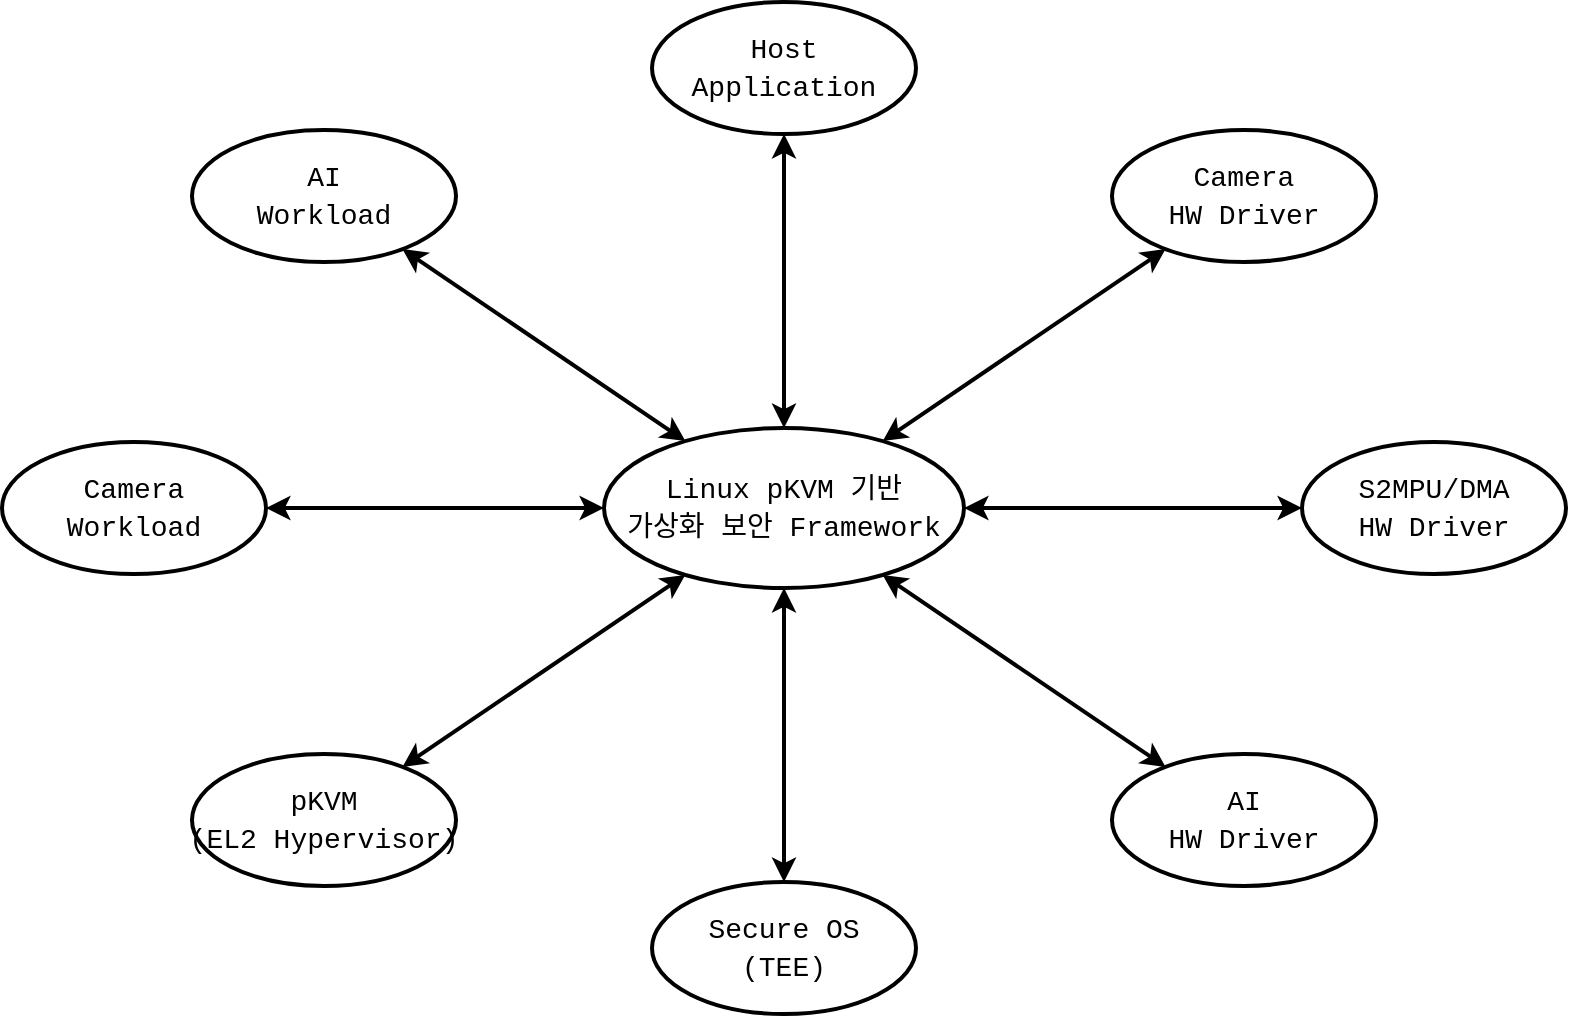
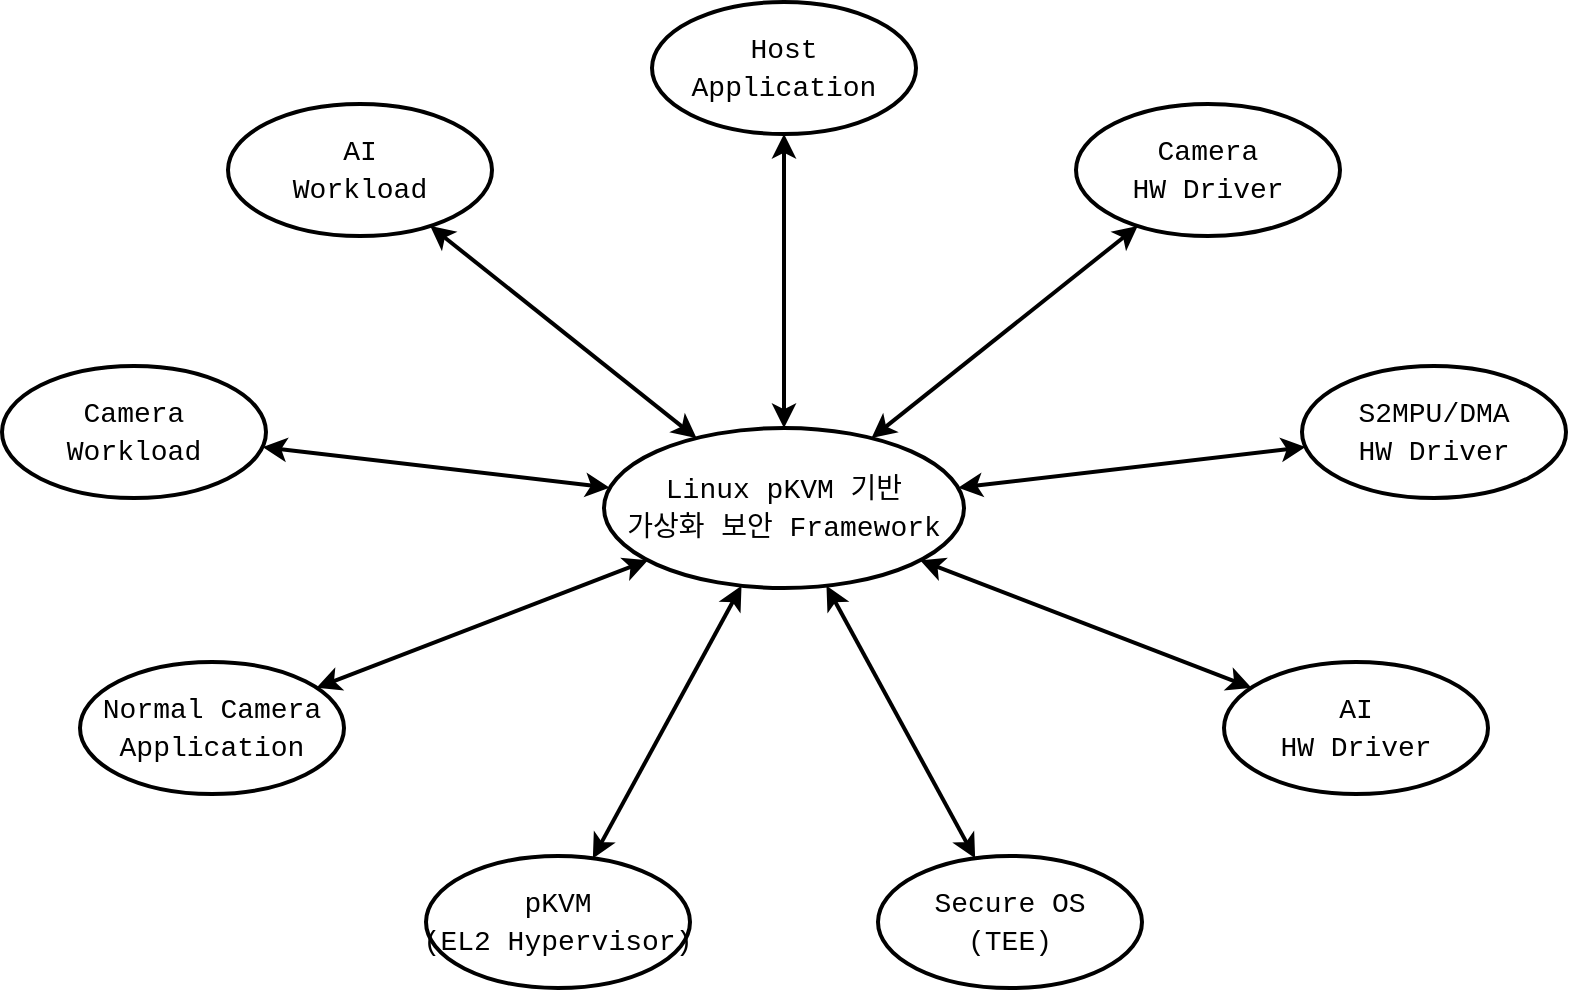
<mxfile host="Electron">
  <diagram name="페이지-1" id="O1gHUZku-QY6lvIbZebq">
    <mxGraphModel dx="1030" dy="626" grid="1" gridSize="10" guides="1" tooltips="1" connect="1" arrows="1" fold="1" page="1" pageScale="1" pageWidth="827" pageHeight="1169" math="0" shadow="0">
      <root>
        <mxCell id="0" />
        <mxCell id="1" parent="0" />
        <mxCell id="b8AGkRVXFjh6VU3dhigz-20" parent="1" style="ellipse;whiteSpace=wrap;html=1;fontColor=#000000;labelBackgroundColor=none;strokeWidth=2;" value="&lt;div style=&quot;font-family: Consolas, &amp;quot;Courier New&amp;quot;, monospace; font-size: 14px; line-height: 19px; white-space: pre;&quot;&gt;&lt;span style=&quot;&quot;&gt;Linux pKVM 기반&lt;/span&gt;&lt;/div&gt;&lt;div style=&quot;font-family: Consolas, &amp;quot;Courier New&amp;quot;, monospace; font-size: 14px; line-height: 19px; white-space: pre;&quot;&gt;&lt;span style=&quot;&quot;&gt;가상화 보안 Framework&lt;/span&gt;&lt;/div&gt; " vertex="1">
          <mxGeometry height="80" width="180" x="543" y="271" as="geometry" />
        </mxCell>
        <mxCell id="b8AGkRVXFjh6VU3dhigz-21" edge="1" parent="1" source="b8AGkRVXFjh6VU3dhigz-22" style="rounded=0;jettySize=auto;html=1;endArrow=classic;endFill=1;strokeWidth=2;startArrow=classic;startFill=1;entryX=0.500;entryY=0.000;entryDx=0;entryDy=0;entryPerimeter=0;exitX=0.500;exitY=1.000;exitDx=0;exitDy=0;exitPerimeter=0;" target="b8AGkRVXFjh6VU3dhigz-20">
          <mxGeometry relative="1" as="geometry" />
        </mxCell>
        <mxCell id="b8AGkRVXFjh6VU3dhigz-22" parent="1" style="ellipse;whiteSpace=wrap;html=1;fontColor=#000000;labelBackgroundColor=none;strokeWidth=2;" value="&lt;div style=&quot;font-family: Consolas, &amp;quot;Courier New&amp;quot;, monospace; font-size: 14px; line-height: 19px; white-space: pre;&quot;&gt;&lt;div style=&quot;line-height: 19px;&quot;&gt;&lt;span style=&quot;&quot;&gt;Host&lt;/span&gt;&lt;/div&gt;&lt;div style=&quot;line-height: 19px;&quot;&gt;&lt;span style=&quot;&quot;&gt;Application&lt;/span&gt;&lt;/div&gt;&lt;/div&gt; " vertex="1">
          <mxGeometry height="66" width="132" x="567" y="58" as="geometry" />
        </mxCell>
-         <mxCell id="b8AGkRVXFjh6VU3dhigz-23" edge="1" parent="1" source="b8AGkRVXFjh6VU3dhigz-24" style="rounded=0;jettySize=auto;html=1;endArrow=classic;endFill=1;strokeWidth=2;startArrow=classic;startFill=1;entryX=0.226;entryY=0.082;entryDx=0;entryDy=0;entryPerimeter=0;exitX=0.797;exitY=0.902;exitDx=0;exitDy=0;exitPerimeter=0;" target="b8AGkRVXFjh6VU3dhigz-20">
+         <mxCell id="b8AGkRVXFjh6VU3dhigz-23" edge="1" parent="1" source="b8AGkRVXFjh6VU3dhigz-24" style="rounded=0;jettySize=auto;html=1;endArrow=classic;endFill=1;strokeWidth=2;startArrow=classic;startFill=1;entryX=0.257;entryY=0.063;entryDx=0;entryDy=0;entryPerimeter=0;exitX=0.766;exitY=0.924;exitDx=0;exitDy=0;exitPerimeter=0;" target="b8AGkRVXFjh6VU3dhigz-20">
          <mxGeometry relative="1" as="geometry" />
        </mxCell>
        <mxCell id="b8AGkRVXFjh6VU3dhigz-24" parent="1" style="ellipse;whiteSpace=wrap;html=1;fontColor=#000000;labelBackgroundColor=none;strokeWidth=2;" value="&lt;div style=&quot;font-family: Consolas, &amp;quot;Courier New&amp;quot;, monospace; font-size: 14px; line-height: 19px; white-space: pre;&quot;&gt;&lt;div style=&quot;line-height: 19px;&quot;&gt;&lt;div style=&quot;line-height: 19px;&quot;&gt;AI&lt;/div&gt;&lt;div style=&quot;line-height: 19px;&quot;&gt;&lt;span style=&quot;background-color: transparent; color: light-dark(rgb(0, 0, 0), rgb(237, 237, 237));&quot;&gt;Workload&lt;/span&gt;&lt;br&gt;&lt;/div&gt;&lt;/div&gt;&lt;/div&gt; " vertex="1">
-           <mxGeometry height="66" width="132" x="337" y="122" as="geometry" />
+           <mxGeometry height="66" width="132" x="355" y="109" as="geometry" />
        </mxCell>
-         <mxCell id="b8AGkRVXFjh6VU3dhigz-25" edge="1" parent="1" source="b8AGkRVXFjh6VU3dhigz-26" style="rounded=0;jettySize=auto;html=1;endArrow=classic;endFill=1;strokeWidth=2;startArrow=classic;startFill=1;entryX=0.226;entryY=0.918;entryDx=0;entryDy=0;entryPerimeter=0;exitX=0.797;exitY=0.098;exitDx=0;exitDy=0;exitPerimeter=0;" target="b8AGkRVXFjh6VU3dhigz-20">
+         <mxCell id="b8AGkRVXFjh6VU3dhigz-25" edge="1" parent="1" source="b8AGkRVXFjh6VU3dhigz-26" style="rounded=0;jettySize=auto;html=1;endArrow=classic;endFill=1;strokeWidth=2;startArrow=classic;startFill=1;entryX=0.382;entryY=0.986;entryDx=0;entryDy=0;entryPerimeter=0;exitX=0.632;exitY=0.018;exitDx=0;exitDy=0;exitPerimeter=0;" target="b8AGkRVXFjh6VU3dhigz-20">
          <mxGeometry relative="1" as="geometry" />
        </mxCell>
        <mxCell id="b8AGkRVXFjh6VU3dhigz-26" parent="1" style="ellipse;whiteSpace=wrap;html=1;fontColor=#000000;fillColor=default;labelBackgroundColor=none;strokeWidth=2;" value="&lt;div style=&quot;font-family: Consolas, &amp;quot;Courier New&amp;quot;, monospace; font-size: 14px; line-height: 19px; white-space: pre;&quot;&gt;&lt;div style=&quot;line-height: 19px;&quot;&gt;&lt;div style=&quot;line-height: 19px;&quot;&gt;&lt;div style=&quot;line-height: 19px;&quot;&gt;&lt;div style=&quot;line-height: 19px;&quot;&gt;pKVM&lt;/div&gt;&lt;div style=&quot;line-height: 19px;&quot;&gt;(EL2 Hypervisor)&lt;/div&gt;&lt;/div&gt;&lt;/div&gt;&lt;/div&gt;&lt;/div&gt; " vertex="1">
-           <mxGeometry height="66" width="132" x="337" y="434" as="geometry" />
+           <mxGeometry height="66" width="132" x="454" y="485" as="geometry" />
        </mxCell>
        <mxCell id="b8AGkRVXFjh6VU3dhigz-27" parent="1" style="ellipse;whiteSpace=wrap;html=1;fontColor=#000000;fillColor=default;labelBackgroundColor=none;strokeWidth=2;" value="&lt;div style=&quot;font-family: Consolas, &amp;quot;Courier New&amp;quot;, monospace; font-size: 14px; line-height: 19px; white-space: pre;&quot;&gt;&lt;div style=&quot;line-height: 19px;&quot;&gt;&lt;div style=&quot;line-height: 19px;&quot;&gt;&lt;div style=&quot;line-height: 19px;&quot;&gt;&lt;div style=&quot;line-height: 19px;&quot;&gt;&lt;div style=&quot;background-color: rgb(255, 255, 255); line-height: 19px;&quot;&gt;Camera&lt;/div&gt;&lt;div style=&quot;background-color: rgb(255, 255, 255); line-height: 19px;&quot;&gt;HW Driver&lt;/div&gt;&lt;/div&gt;&lt;/div&gt;&lt;/div&gt;&lt;/div&gt;&lt;/div&gt; " vertex="1">
-           <mxGeometry height="66" width="132" x="797" y="122" as="geometry" />
+           <mxGeometry height="66" width="132" x="779" y="109" as="geometry" />
        </mxCell>
-         <mxCell id="b8AGkRVXFjh6VU3dhigz-28" edge="1" parent="1" source="b8AGkRVXFjh6VU3dhigz-29" style="rounded=0;jettySize=auto;html=1;endArrow=classic;endFill=1;strokeWidth=2;startArrow=classic;startFill=1;entryX=1.000;entryY=0.500;entryDx=0;entryDy=0;entryPerimeter=0;exitX=0.000;exitY=0.500;exitDx=0;exitDy=0;exitPerimeter=0;" target="b8AGkRVXFjh6VU3dhigz-20">
+         <mxCell id="b8AGkRVXFjh6VU3dhigz-28" edge="1" parent="1" source="b8AGkRVXFjh6VU3dhigz-29" style="rounded=0;jettySize=auto;html=1;endArrow=classic;endFill=1;strokeWidth=2;startArrow=classic;startFill=1;entryX=0.984;entryY=0.373;entryDx=0;entryDy=0;entryPerimeter=0;exitX=0.013;exitY=0.614;exitDx=0;exitDy=0;exitPerimeter=0;" target="b8AGkRVXFjh6VU3dhigz-20">
          <mxGeometry relative="1" as="geometry" />
        </mxCell>
        <mxCell id="b8AGkRVXFjh6VU3dhigz-29" parent="1" style="ellipse;whiteSpace=wrap;html=1;fontColor=#000000;fillColor=default;labelBackgroundColor=none;strokeWidth=2;" value="&lt;div style=&quot;font-family: Consolas, &amp;quot;Courier New&amp;quot;, monospace; font-size: 14px; line-height: 19px; white-space: pre;&quot;&gt;&lt;div style=&quot;line-height: 19px;&quot;&gt;&lt;div style=&quot;line-height: 19px;&quot;&gt;&lt;div style=&quot;line-height: 19px;&quot;&gt;&lt;div style=&quot;line-height: 19px;&quot;&gt;&lt;div style=&quot;background-color: rgb(255, 255, 255); line-height: 19px;&quot;&gt;&lt;div style=&quot;line-height: 19px;&quot;&gt;&lt;div style=&quot;background-color: rgb(255, 255, 255); line-height: 19px;&quot;&gt;S2MPU/DMA&lt;/div&gt;&lt;div style=&quot;background-color: rgb(255, 255, 255); line-height: 19px;&quot;&gt;HW Driver&lt;/div&gt;&lt;/div&gt;&lt;/div&gt;&lt;/div&gt;&lt;/div&gt;&lt;/div&gt;&lt;/div&gt;&lt;/div&gt; " vertex="1">
-           <mxGeometry height="66" width="132" x="892" y="278" as="geometry" />
+           <mxGeometry height="66" width="132" x="892" y="240" as="geometry" />
        </mxCell>
-         <mxCell id="b8AGkRVXFjh6VU3dhigz-30" edge="1" parent="1" source="b8AGkRVXFjh6VU3dhigz-31" style="rounded=0;jettySize=auto;html=1;endArrow=classic;endFill=1;strokeWidth=2;startArrow=classic;startFill=1;entryX=0.774;entryY=0.918;entryDx=0;entryDy=0;entryPerimeter=0;exitX=0.203;exitY=0.098;exitDx=0;exitDy=0;exitPerimeter=0;" target="b8AGkRVXFjh6VU3dhigz-20">
+         <mxCell id="b8AGkRVXFjh6VU3dhigz-30" edge="1" parent="1" source="b8AGkRVXFjh6VU3dhigz-31" style="rounded=0;jettySize=auto;html=1;endArrow=classic;endFill=1;strokeWidth=2;startArrow=classic;startFill=1;entryX=0.878;entryY=0.827;entryDx=0;entryDy=0;entryPerimeter=0;exitX=0.104;exitY=0.195;exitDx=0;exitDy=0;exitPerimeter=0;" target="b8AGkRVXFjh6VU3dhigz-20">
          <mxGeometry relative="1" as="geometry" />
        </mxCell>
        <mxCell id="b8AGkRVXFjh6VU3dhigz-31" parent="1" style="ellipse;whiteSpace=wrap;html=1;fontColor=#000000;fillColor=default;labelBackgroundColor=none;strokeWidth=2;" value="&lt;div style=&quot;font-family: Consolas, &amp;quot;Courier New&amp;quot;, monospace; font-size: 14px; line-height: 19px; white-space: pre;&quot;&gt;&lt;div style=&quot;line-height: 19px;&quot;&gt;&lt;div style=&quot;line-height: 19px;&quot;&gt;&lt;div style=&quot;line-height: 19px;&quot;&gt;&lt;div style=&quot;line-height: 19px;&quot;&gt;&lt;div style=&quot;line-height: 19px;&quot;&gt;AI&lt;/div&gt;&lt;div style=&quot;background-color: rgb(255, 255, 255); line-height: 19px;&quot;&gt;&lt;span style=&quot;background-color: transparent; color: light-dark(rgb(0, 0, 0), rgb(237, 237, 237));&quot;&gt;HW Driver&lt;/span&gt;&lt;br&gt;&lt;/div&gt;&lt;/div&gt;&lt;/div&gt;&lt;/div&gt;&lt;/div&gt;&lt;/div&gt; " vertex="1">
-           <mxGeometry height="66" width="132" x="797" y="434" as="geometry" />
+           <mxGeometry height="66" width="132" x="853" y="388" as="geometry" />
        </mxCell>
-         <mxCell id="b8AGkRVXFjh6VU3dhigz-34" edge="1" parent="1" source="b8AGkRVXFjh6VU3dhigz-35" style="rounded=0;jettySize=auto;html=1;endArrow=classic;endFill=1;strokeWidth=2;startArrow=classic;startFill=1;entryX=0.500;entryY=1.000;entryDx=0;entryDy=0;entryPerimeter=0;exitX=0.500;exitY=0.000;exitDx=0;exitDy=0;exitPerimeter=0;" target="b8AGkRVXFjh6VU3dhigz-20">
+         <mxCell id="b8AGkRVXFjh6VU3dhigz-32" edge="1" parent="1" source="b8AGkRVXFjh6VU3dhigz-33" style="rounded=0;jettySize=auto;html=1;endArrow=classic;endFill=1;strokeWidth=2;startArrow=classic;startFill=1;entryX=0.122;entryY=0.827;entryDx=0;entryDy=0;entryPerimeter=0;exitX=0.896;exitY=0.195;exitDx=0;exitDy=0;exitPerimeter=0;" target="b8AGkRVXFjh6VU3dhigz-20">
+           <mxGeometry relative="1" as="geometry" />
+         </mxCell>
+         <mxCell id="b8AGkRVXFjh6VU3dhigz-33" parent="1" style="ellipse;whiteSpace=wrap;html=1;fontColor=#000000;labelBackgroundColor=none;strokeWidth=2;" value="&lt;div style=&quot;font-family: Consolas, &amp;quot;Courier New&amp;quot;, monospace; font-size: 14px; line-height: 19px; white-space: pre;&quot;&gt;&lt;div style=&quot;line-height: 19px;&quot;&gt;&lt;div style=&quot;line-height: 19px;&quot;&gt;&lt;div style=&quot;line-height: 19px;&quot;&gt;&lt;div style=&quot;line-height: 19px;&quot;&gt;Normal Camera&lt;/div&gt;&lt;div style=&quot;line-height: 19px;&quot;&gt;Application&lt;/div&gt;&lt;/div&gt;&lt;/div&gt;&lt;/div&gt;&lt;/div&gt; " vertex="1">
+           <mxGeometry height="66" width="132" x="281" y="388" as="geometry" />
+         </mxCell>
+         <mxCell id="b8AGkRVXFjh6VU3dhigz-34" edge="1" parent="1" source="b8AGkRVXFjh6VU3dhigz-35" style="rounded=0;jettySize=auto;html=1;endArrow=classic;endFill=1;strokeWidth=2;startArrow=classic;startFill=1;entryX=0.618;entryY=0.986;entryDx=0;entryDy=0;entryPerimeter=0;exitX=0.368;exitY=0.018;exitDx=0;exitDy=0;exitPerimeter=0;" target="b8AGkRVXFjh6VU3dhigz-20">
          <mxGeometry relative="1" as="geometry" />
        </mxCell>
        <mxCell id="b8AGkRVXFjh6VU3dhigz-35" parent="1" style="ellipse;whiteSpace=wrap;html=1;fontColor=#000000;fillColor=default;labelBackgroundColor=none;strokeWidth=2;" value="&lt;div style=&quot;font-family: Consolas, &amp;quot;Courier New&amp;quot;, monospace; font-size: 14px; line-height: 19px; white-space: pre;&quot;&gt;&lt;div style=&quot;line-height: 19px;&quot;&gt;&lt;div style=&quot;line-height: 19px;&quot;&gt;&lt;div style=&quot;line-height: 19px;&quot;&gt;&lt;div style=&quot;line-height: 19px;&quot;&gt;&lt;div style=&quot;background-color: rgb(255, 255, 255); line-height: 19px;&quot;&gt;&lt;div style=&quot;line-height: 19px;&quot;&gt;Secure OS&lt;/div&gt;&lt;div style=&quot;line-height: 19px;&quot;&gt;(TEE)&lt;/div&gt;&lt;/div&gt;&lt;/div&gt;&lt;/div&gt;&lt;/div&gt;&lt;/div&gt;&lt;/div&gt; " vertex="1">
-           <mxGeometry height="66" width="132" x="567" y="498" as="geometry" />
+           <mxGeometry height="66" width="132" x="680" y="485" as="geometry" />
        </mxCell>
-         <mxCell id="b8AGkRVXFjh6VU3dhigz-36" edge="1" parent="1" source="b8AGkRVXFjh6VU3dhigz-37" style="rounded=0;jettySize=auto;html=1;endArrow=classic;endFill=1;strokeWidth=2;startArrow=classic;startFill=1;entryX=0.000;entryY=0.500;entryDx=0;entryDy=0;entryPerimeter=0;exitX=1.000;exitY=0.500;exitDx=0;exitDy=0;exitPerimeter=0;" target="b8AGkRVXFjh6VU3dhigz-20">
+         <mxCell id="b8AGkRVXFjh6VU3dhigz-36" edge="1" parent="1" source="b8AGkRVXFjh6VU3dhigz-37" style="rounded=0;jettySize=auto;html=1;endArrow=classic;endFill=1;strokeWidth=2;startArrow=classic;startFill=1;entryX=0.016;entryY=0.373;entryDx=0;entryDy=0;entryPerimeter=0;exitX=0.987;exitY=0.614;exitDx=0;exitDy=0;exitPerimeter=0;" target="b8AGkRVXFjh6VU3dhigz-20">
          <mxGeometry relative="1" as="geometry" />
        </mxCell>
        <mxCell id="b8AGkRVXFjh6VU3dhigz-37" parent="1" style="ellipse;whiteSpace=wrap;html=1;fontColor=#000000;labelBackgroundColor=none;strokeWidth=2;" value="&lt;div style=&quot;font-family: Consolas, &amp;quot;Courier New&amp;quot;, monospace; font-size: 14px; line-height: 19px; white-space: pre;&quot;&gt;&lt;div style=&quot;line-height: 19px;&quot;&gt;&lt;div style=&quot;line-height: 19px;&quot;&gt;&lt;div style=&quot;line-height: 19px;&quot;&gt;Camera&lt;/div&gt;&lt;div style=&quot;line-height: 19px;&quot;&gt;Workload&lt;/div&gt;&lt;/div&gt;&lt;/div&gt;&lt;/div&gt; " vertex="1">
-           <mxGeometry height="66" width="132" x="242" y="278" as="geometry" />
+           <mxGeometry height="66" width="132" x="242" y="240" as="geometry" />
        </mxCell>
-         <mxCell id="b8AGkRVXFjh6VU3dhigz-38" edge="1" parent="1" source="b8AGkRVXFjh6VU3dhigz-27" style="rounded=0;jettySize=auto;html=1;endArrow=classic;endFill=1;strokeWidth=2;startArrow=classic;startFill=1;entryX=0.774;entryY=0.082;entryDx=0;entryDy=0;entryPerimeter=0;exitX=0.203;exitY=0.902;exitDx=0;exitDy=0;exitPerimeter=0;" target="b8AGkRVXFjh6VU3dhigz-20">
+         <mxCell id="b8AGkRVXFjh6VU3dhigz-38" edge="1" parent="1" source="b8AGkRVXFjh6VU3dhigz-27" style="rounded=0;jettySize=auto;html=1;endArrow=classic;endFill=1;strokeWidth=2;startArrow=classic;startFill=1;entryX=0.743;entryY=0.063;entryDx=0;entryDy=0;entryPerimeter=0;exitX=0.234;exitY=0.924;exitDx=0;exitDy=0;exitPerimeter=0;" target="b8AGkRVXFjh6VU3dhigz-20">
          <mxGeometry relative="1" as="geometry" />
        </mxCell>
      </root>
    </mxGraphModel>
  </diagram>
</mxfile>
